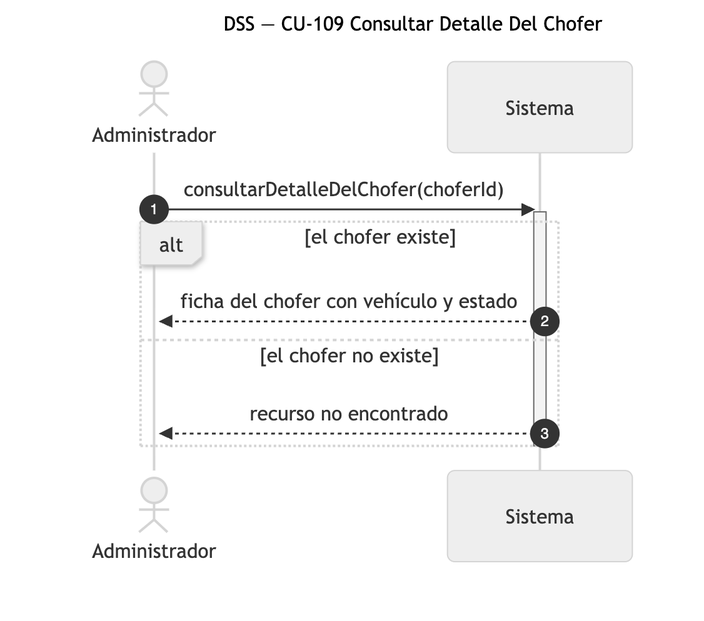
Above: diagramas/png/DSS_CU-109_Consultar-Detalle-Del-Chofer.png in Nahuelito-Dev/splg-docs (Mermaid), before the change. Its source is kept beside it as diagramas/DSS_CU-109_Consultar-Detalle-Del-Chofer.mmd. The source it was exported from:
```mermaid
sequenceDiagram
    title DSS — CU-109 Consultar Detalle Del Chofer
    autonumber
    actor ADM as Administrador
    participant SIS as Sistema

    ADM->>SIS: consultarDetalleDelChofer(choferId)
    activate SIS
    alt el chofer existe
        SIS-->>ADM: ficha del chofer con vehículo y estado
    else el chofer no existe
        SIS-->>ADM: recurso no encontrado
    end
    deactivate SIS
```
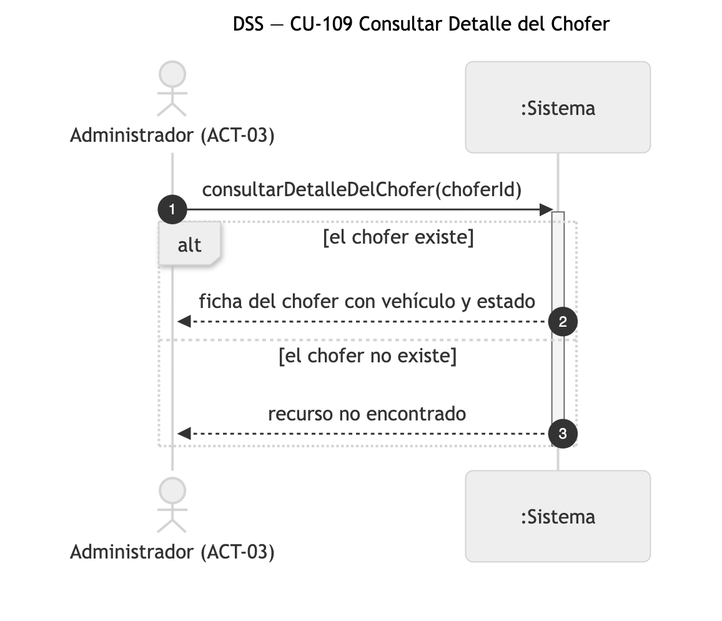
The same file after the commit.

Diff of the diagram source:
```diff
@@ -1,8 +1,8 @@
 sequenceDiagram
-    title DSS — CU-109 Consultar Detalle Del Chofer
+    title DSS — CU-109 Consultar Detalle del Chofer
     autonumber
-    actor ADM as Administrador
-    participant SIS as Sistema
+    actor ADM as Administrador (ACT-03)
+    participant SIS as :Sistema
 
     ADM->>SIS: consultarDetalleDelChofer(choferId)
     activate SIS
```
